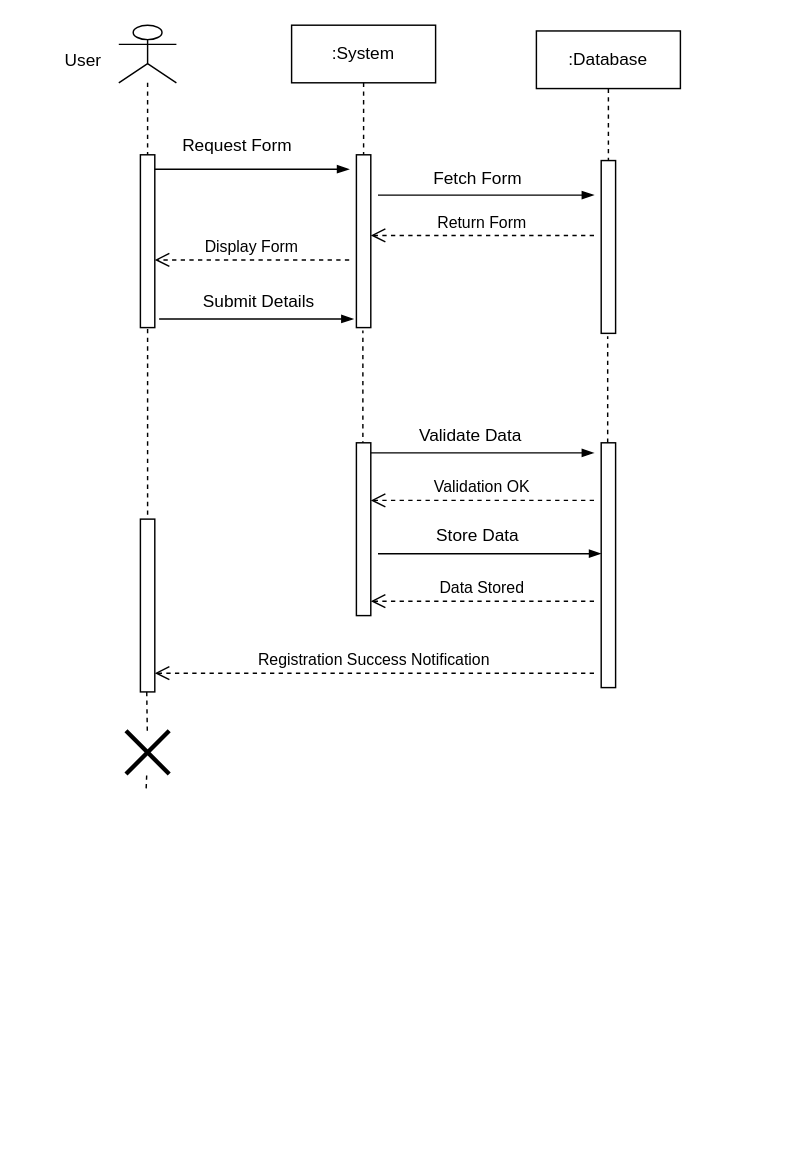
This is sequence diagram.drawio from istewakhassantewak/Java-project-OOD, a draw.io file, before an edit. Source tidied: cells renumbered, new cells numbered last; positions are measured from the earlier drawing's top-left corner, leaving out a move shared by most shapes. Both pictures are drawn from the tidied source at 144%, with x=0, y=0 at pixel (46, 24).
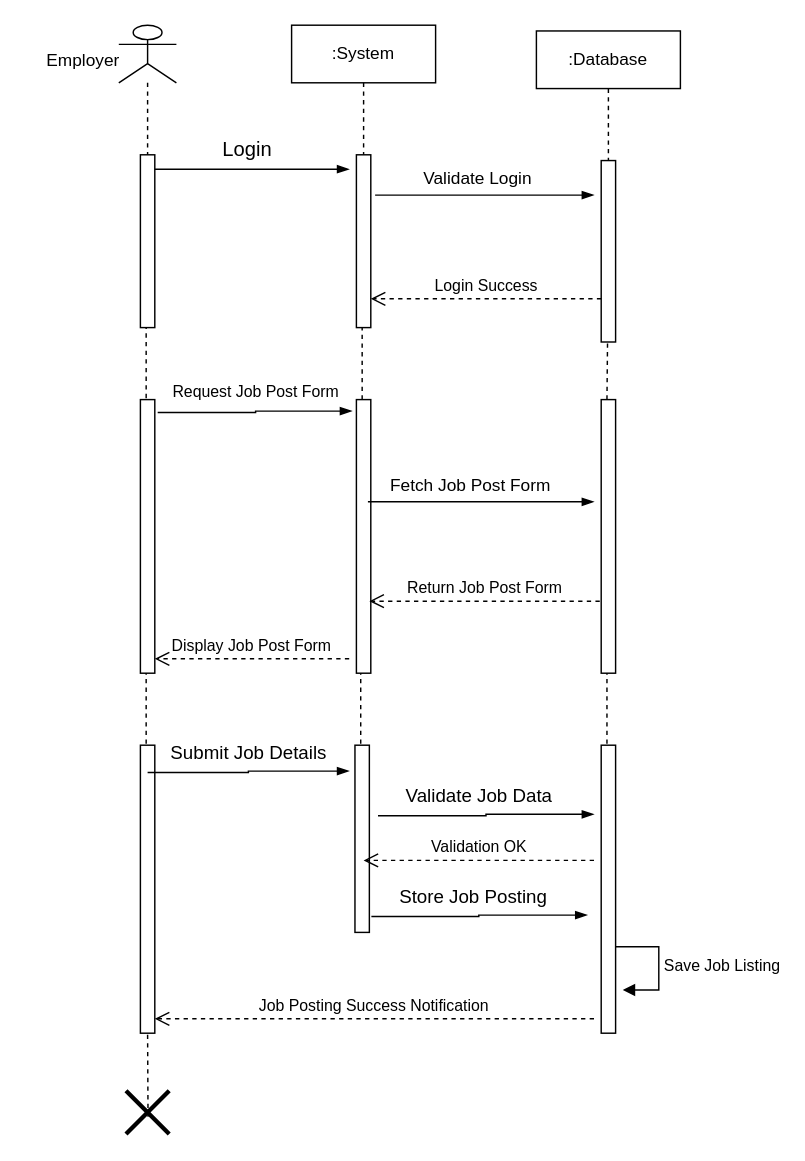
The same diagram, later.

The change refers to these unchanged cells:
```xml
<mxCell id="6" style="html=1;points=[[0,0,0,0,5],[0,1,0,0,-5],[1,0,0,0,5],[1,1,0,0,-5]];perimeter=orthogonalPerimeter;outlineConnect=0;targetShapes=umlLifeline;portConstraint=eastwest;newEdgeStyle={&quot;curved&quot;:0,&quot;rounded&quot;:0};" parent="1" vertex="1">
  <mxGeometry x="215" y="90" width="10" height="120" as="geometry" />
</mxCell>
```

Diff of the diagram source:
```diff
@@
-    <mxCell id="3" value="User" style="text;html=1;align=center;verticalAlign=middle;strokeColor=none;fillColor=none;" parent="1" vertex="1">
-      <mxGeometry y="10" width="50" height="30" as="geometry" />
+    <mxCell id="3" value="Employer" style="text;html=1;align=center;verticalAlign=middle;strokeColor=none;fillColor=none;" parent="1" vertex="1">
+      <mxGeometry x="-15" y="10" width="80" height="30" as="geometry" />
     </mxCell>
@@
-    <mxCell id="8" value="Display Form" style="html=1;verticalAlign=bottom;endArrow=open;dashed=1;endSize=8;curved=0;rounded=0;" parent="1" edge="1">
-      <mxGeometry relative="1" as="geometry">
-        <mxPoint x="210" y="163" as="sourcePoint" />
-        <mxPoint x="75" y="163" as="targetPoint" />
-      </mxGeometry>
-    </mxCell>
-    <mxCell id="9" value=" Request Form " style="text;html=1;align=center;verticalAlign=middle;strokeColor=none;fillColor=none;" parent="1" vertex="1">
-      <mxGeometry x="82" y="69" width="100" height="30" as="geometry" />
+    <mxCell id="9" value="&lt;font style=&quot;font-size: 14px;&quot;&gt; Login&lt;/font&gt;" style="text;html=1;align=center;verticalAlign=middle;strokeColor=none;fillColor=none;strokeWidth=5;" parent="1" vertex="1">
+      <mxGeometry x="109" y="71" width="60" height="30" as="geometry" />
     </mxCell>
-    <mxCell id="10" style="endArrow=none;dashed=1;html=1;rounded=0;" parent="1" edge="1">
-      <mxGeometry relative="1" as="geometry">
-        <mxPoint x="219.5" y="292" as="sourcePoint" />
-        <mxPoint x="219.5" y="212" as="targetPoint" />
-      </mxGeometry>
-    </mxCell>
@@
     <mxCell id="12" style="html=1;points=[[0,0,0,0,5],[0,1,0,0,-5],[1,0,0,0,5],[1,1,0,0,-5]];perimeter=orthogonalPerimeter;outlineConnect=0;targetShapes=umlLifeline;portConstraint=eastwest;newEdgeStyle={&quot;curved&quot;:0,&quot;rounded&quot;:0};" parent="1" vertex="1">
-      <mxGeometry x="385" y="94" width="10" height="120" as="geometry" />
+      <mxGeometry x="385" y="94" width="10" height="126" as="geometry" />
     </mxCell>
-    <mxCell id="13" style="endArrow=none;dashed=1;html=1;rounded=0;" parent="1" edge="1">
-      <mxGeometry relative="1" as="geometry">
-        <mxPoint x="389.5" y="296" as="sourcePoint" />
-        <mxPoint x="389.5" y="216" as="targetPoint" />
-      </mxGeometry>
-    </mxCell>
     <mxCell id="14" style="edgeStyle=elbowEdgeStyle;fontSize=12;html=1;endArrow=blockThin;endFill=1;rounded=0;exitX=1.5;exitY=0.333;exitDx=0;exitDy=0;exitPerimeter=0;" parent="1" edge="1">
       <mxGeometry relative="1" as="geometry">
-        <mxPoint x="230" y="118" as="sourcePoint" />
+        <mxPoint x="228" y="118" as="sourcePoint" />
         <mxPoint x="380" y="118" as="targetPoint" />
       </mxGeometry>
     </mxCell>
-    <mxCell id="15" value=" Fetch Form " style="text;html=1;align=center;verticalAlign=middle;strokeColor=none;fillColor=none;" parent="1" vertex="1">
-      <mxGeometry x="254" y="92" width="90" height="30" as="geometry" />
+    <mxCell id="15" value=" Validate Login " style="text;html=1;align=center;verticalAlign=middle;strokeColor=none;fillColor=none;" parent="1" vertex="1">
+      <mxGeometry x="249" y="92" width="100" height="30" as="geometry" />
     </mxCell>
-    <mxCell id="16" value="Return Form" style="html=1;verticalAlign=bottom;endArrow=open;dashed=1;endSize=8;curved=0;rounded=0;" parent="1" edge="1">
-      <mxGeometry relative="1" as="geometry">
-        <mxPoint x="380" y="146" as="sourcePoint" />
-        <mxPoint x="225" y="146" as="targetPoint" />
-      </mxGeometry>
-    </mxCell>
-    <mxCell id="17" style="edgeStyle=elbowEdgeStyle;fontSize=12;html=1;endArrow=blockThin;endFill=1;rounded=0;" parent="1" edge="1">
-      <mxGeometry relative="1" as="geometry">
-        <mxPoint x="78" y="204" as="sourcePoint" />
-        <mxPoint x="213" y="204" as="targetPoint" />
-      </mxGeometry>
-    </mxCell>
-    <mxCell id="18" value="  Submit Details " style="text;html=1;align=center;verticalAlign=middle;strokeColor=none;fillColor=none;" parent="1" vertex="1">
-      <mxGeometry x="97" y="177" width="100" height="30" as="geometry" />
-    </mxCell>
-    <mxCell id="19" style="html=1;perimeter=orthogonalPerimeter;targetShapes=umlLifeline;newEdgeStyle={&quot;curved&quot;:0,&quot;rounded&quot;:0};" parent="1" vertex="1">
-      <mxGeometry x="215" y="290" width="10" height="120" as="geometry" />
-    </mxCell>
-    <mxCell id="20" style="html=1;perimeter=orthogonalPerimeter;targetShapes=umlLifeline;newEdgeStyle={&quot;curved&quot;:0,&quot;rounded&quot;:0};" parent="1" vertex="1">
-      <mxGeometry x="385" y="290" width="10" height="170" as="geometry" />
-    </mxCell>
-    <mxCell id="21" style="edgeStyle=elbowEdgeStyle;fontSize=12;html=1;endArrow=blockThin;endFill=1;rounded=0;" parent="1" edge="1">
-      <mxGeometry relative="1" as="geometry">
-        <mxPoint x="225" y="297" as="sourcePoint" />
-        <mxPoint x="380" y="297" as="targetPoint" />
-      </mxGeometry>
-    </mxCell>
-    <mxCell id="22" value="  Validate Data " style="text;html=1;align=center;verticalAlign=middle;strokeColor=none;fillColor=none;" parent="1" vertex="1">
-      <mxGeometry x="244" y="270" width="100" height="30" as="geometry" />
-    </mxCell>
+    <mxCell id="33" value=" Login Success" style="html=1;verticalAlign=bottom;endArrow=open;dashed=1;endSize=8;curved=0;rounded=0;" parent="1" edge="1" source="12">
+      <mxGeometry relative="1" as="geometry">
+        <mxPoint x="225" y="190" as="targetPoint" />
+      </mxGeometry>
+    </mxCell>
+    <mxCell id="34" style="group;" parent="1" vertex="1">
+      <mxGeometry x="77" y="240" width="135" height="30" as="geometry" />
+    </mxCell>
+    <mxCell id="35" style="edgeStyle=elbowEdgeStyle;fontSize=12;html=1;endArrow=blockThin;endFill=1;rounded=0;" parent="34" edge="1">
+      <mxGeometry relative="1" as="geometry">
+        <mxPoint y="29" as="sourcePoint" />
+        <mxPoint x="135" y="28" as="targetPoint" />
+      </mxGeometry>
+    </mxCell>
+    <mxCell id="36" value="&lt;font style=&quot;font-size: 11px;&quot;&gt; Request Job Post Form&lt;/font&gt;" style="text;html=1;align=center;verticalAlign=middle;strokeColor=none;fillColor=none;strokeWidth=5;" parent="34" vertex="1">
+      <mxGeometry x="2.5" width="130" height="30" as="geometry" />
+    </mxCell>
+    <mxCell id="37" style="html=1;points=[[0,0,0,0,5],[0,1,0,0,-5],[1,0,0,0,5],[1,1,0,0,-5]];perimeter=orthogonalPerimeter;outlineConnect=0;targetShapes=umlLifeline;portConstraint=eastwest;newEdgeStyle={&quot;curved&quot;:0,&quot;rounded&quot;:0};" parent="1" vertex="1">
+      <mxGeometry x="65" y="260" width="10" height="190" as="geometry" />
+    </mxCell>
+    <mxCell id="38" style="html=1;perimeter=orthogonalPerimeter;targetShapes=umlLifeline;newEdgeStyle={&quot;curved&quot;:0,&quot;rounded&quot;:0};" parent="1" vertex="1">
+      <mxGeometry x="385" y="260" width="10" height="190" as="geometry" />
+    </mxCell>
+    <mxCell id="39" style="endArrow=none;dashed=1;html=1;rounded=0;" parent="1" edge="1">
+      <mxGeometry relative="1" as="geometry">
+        <mxPoint x="69" y="259" as="sourcePoint" />
+        <mxPoint x="69" y="210" as="targetPoint" />
+      </mxGeometry>
+    </mxCell>
+    <mxCell id="40" style="html=1;perimeter=orthogonalPerimeter;targetShapes=umlLifeline;newEdgeStyle={&quot;curved&quot;:0,&quot;rounded&quot;:0};" parent="1" vertex="1">
+      <mxGeometry x="215" y="260" width="10" height="190" as="geometry" />
+    </mxCell>
+    <mxCell id="41" style="endArrow=none;dashed=1;html=1;rounded=0;" parent="1" edge="1" target="6">
+      <mxGeometry relative="1" as="geometry">
+        <mxPoint x="219" y="260" as="sourcePoint" />
+      </mxGeometry>
+    </mxCell>
+    <mxCell id="42" style="edgeStyle=elbowEdgeStyle;fontSize=12;html=1;endArrow=blockThin;endFill=1;rounded=0;exitX=1.5;exitY=0.333;exitDx=0;exitDy=0;exitPerimeter=0;" parent="1" edge="1">
+      <mxGeometry relative="1" as="geometry">
+        <mxPoint x="223" y="331" as="sourcePoint" />
+        <mxPoint x="380" y="331" as="targetPoint" />
+      </mxGeometry>
+    </mxCell>
+    <mxCell id="43" value=" Fetch Job Post Form " style="text;html=1;align=center;verticalAlign=middle;strokeColor=none;fillColor=none;" parent="1" vertex="1">
+      <mxGeometry x="224" y="305" width="140" height="30" as="geometry" />
+    </mxCell>
+    <mxCell id="44" value=" Return Job Post Form" style="html=1;verticalAlign=bottom;endArrow=open;dashed=1;endSize=8;curved=0;rounded=0;" parent="1" edge="1">
+      <mxGeometry relative="1" as="geometry">
+        <mxPoint x="384" y="400" as="sourcePoint" />
+        <mxPoint x="224" y="400" as="targetPoint" />
+      </mxGeometry>
+    </mxCell>
+    <mxCell id="45" value=" Display Job Post Form " style="html=1;verticalAlign=bottom;endArrow=open;dashed=1;endSize=8;curved=0;rounded=0;" parent="1" edge="1">
+      <mxGeometry relative="1" as="geometry">
+        <mxPoint x="210" y="440" as="sourcePoint" />
+        <mxPoint x="75" y="440" as="targetPoint" />
+      </mxGeometry>
+    </mxCell>
+    <mxCell id="46" style="html=1;perimeter=orthogonalPerimeter;targetShapes=umlLifeline;newEdgeStyle={&quot;curved&quot;:0,&quot;rounded&quot;:0};" parent="1" vertex="1">
+      <mxGeometry x="65" y="500" width="10" height="200" as="geometry" />
+    </mxCell>
+    <mxCell id="47" style="endArrow=none;dashed=1;html=1;rounded=0;entryX=0.4;entryY=1;entryDx=0;entryDy=0;entryPerimeter=0;" parent="1" edge="1" target="37">
+      <mxGeometry relative="1" as="geometry">
+        <mxPoint x="69" y="499" as="sourcePoint" />
+      </mxGeometry>
+    </mxCell>
+    <mxCell id="48" style="html=1;perimeter=orthogonalPerimeter;targetShapes=umlLifeline;newEdgeStyle={&quot;curved&quot;:0,&quot;rounded&quot;:0};" parent="1" vertex="1">
+      <mxGeometry x="385" y="500" width="10" height="200" as="geometry" />
+    </mxCell>
+    <mxCell id="49" style="endArrow=none;dashed=1;html=1;rounded=0;entryX=0.4;entryY=1;entryDx=0;entryDy=0;entryPerimeter=0;" parent="1" edge="1">
+      <mxGeometry relative="1" as="geometry">
+        <mxPoint x="389" y="499" as="sourcePoint" />
+        <mxPoint x="389" y="450" as="targetPoint" />
+      </mxGeometry>
+    </mxCell>
+    <mxCell id="50" style="group;" parent="1" vertex="1">
+      <mxGeometry x="70" y="490" width="140" height="30" as="geometry" />
+    </mxCell>
+    <mxCell id="51" style="edgeStyle=elbowEdgeStyle;fontSize=12;html=1;endArrow=blockThin;endFill=1;rounded=0;" parent="50" edge="1">
+      <mxGeometry relative="1" as="geometry">
+        <mxPoint y="29" as="sourcePoint" />
+        <mxPoint x="140" y="28" as="targetPoint" />
+      </mxGeometry>
+    </mxCell>
+    <mxCell id="52" value="&lt;font style=&quot;font-size: 13px;&quot;&gt; Submit Job Details&lt;/font&gt;" style="text;html=1;align=center;verticalAlign=middle;strokeColor=none;fillColor=none;strokeWidth=5;" parent="50" vertex="1">
+      <mxGeometry x="5" width="130" height="30" as="geometry" />
+    </mxCell>
+    <mxCell id="53" style="html=1;perimeter=orthogonalPerimeter;targetShapes=umlLifeline;newEdgeStyle={&quot;curved&quot;:0,&quot;rounded&quot;:0};" parent="1" vertex="1">
+      <mxGeometry x="214" y="500" width="10" height="130" as="geometry" />
+    </mxCell>
+    <mxCell id="54" style="endArrow=none;dashed=1;html=1;rounded=0;entryX=0.4;entryY=1;entryDx=0;entryDy=0;entryPerimeter=0;" parent="1" edge="1">
+      <mxGeometry relative="1" as="geometry">
+        <mxPoint x="218" y="499" as="sourcePoint" />
+        <mxPoint x="218" y="450" as="targetPoint" />
+      </mxGeometry>
+    </mxCell>
+    <mxCell id="55" style="group;" parent="1" vertex="1">
+      <mxGeometry x="230" y="520" width="150" height="30" as="geometry" />
+    </mxCell>
+    <mxCell id="56" style="edgeStyle=elbowEdgeStyle;fontSize=12;html=1;endArrow=blockThin;endFill=1;rounded=0;" parent="55" edge="1">
+      <mxGeometry relative="1" as="geometry">
+        <mxPoint y="29" as="sourcePoint" />
+        <mxPoint x="150" y="28" as="targetPoint" />
+      </mxGeometry>
+    </mxCell>
+    <mxCell id="57" value="&lt;font style=&quot;font-size: 13px;&quot;&gt; Validate Job Data&lt;/font&gt;" style="text;html=1;align=center;verticalAlign=middle;strokeColor=none;fillColor=none;strokeWidth=5;" parent="55" vertex="1">
+      <mxGeometry x="10.4" width="120" height="30" as="geometry" />
+    </mxCell>
-    <mxCell id="23" value="Validation OK" style="html=1;verticalAlign=bottom;endArrow=open;dashed=1;endSize=8;curved=0;rounded=0;" parent="1" edge="1">
+    <mxCell id="23" value=" Validation OK" style="html=1;verticalAlign=bottom;endArrow=open;dashed=1;endSize=8;curved=0;rounded=0;" parent="1" edge="1">
       <mxGeometry relative="1" as="geometry">
-        <mxPoint x="380" y="330" as="sourcePoint" />
-        <mxPoint x="225" y="330" as="targetPoint" />
+        <mxPoint x="380" y="580" as="sourcePoint" />
+        <mxPoint x="220" y="580" as="targetPoint" />
       </mxGeometry>
     </mxCell>
-    <mxCell id="24" value="  Store Data " style="text;html=1;align=center;verticalAlign=middle;strokeColor=none;fillColor=none;" parent="1" vertex="1">
-      <mxGeometry x="259" y="340" width="80" height="30" as="geometry" />
-    </mxCell>
-    <mxCell id="25" style="edgeStyle=elbowEdgeStyle;fontSize=12;html=1;endArrow=blockThin;endFill=1;rounded=0;" parent="1" edge="1">
-      <mxGeometry relative="1" as="geometry">
-        <mxPoint x="230" y="367" as="sourcePoint" />
-        <mxPoint x="385" y="367" as="targetPoint" />
-      </mxGeometry>
-    </mxCell>
-    <mxCell id="26" value="Data Stored" style="html=1;verticalAlign=bottom;endArrow=open;dashed=1;endSize=8;curved=0;rounded=0;" parent="1" edge="1">
-      <mxGeometry relative="1" as="geometry">
-        <mxPoint x="380" y="400" as="sourcePoint" />
-        <mxPoint x="225" y="400" as="targetPoint" />
-      </mxGeometry>
-    </mxCell>
-    <mxCell id="27" style="html=1;points=[[0,0,0,0,5],[0,1,0,0,-5],[1,0,0,0,5],[1,1,0,0,-5]];perimeter=orthogonalPerimeter;outlineConnect=0;targetShapes=umlLifeline;portConstraint=eastwest;newEdgeStyle={&quot;curved&quot;:0,&quot;rounded&quot;:0};" parent="1" vertex="1">
-      <mxGeometry x="65" y="343" width="10" height="120" as="geometry" />
-    </mxCell>
-    <mxCell id="28" style="endArrow=none;dashed=1;html=1;rounded=0;" parent="1" edge="1">
-      <mxGeometry relative="1" as="geometry">
-        <mxPoint x="70" y="340" as="sourcePoint" />
-        <mxPoint x="70" y="211" as="targetPoint" />
-      </mxGeometry>
-    </mxCell>
-    <mxCell id="29" value="Registration Success Notification" style="html=1;verticalAlign=bottom;endArrow=open;dashed=1;endSize=8;curved=0;rounded=0;" parent="1" edge="1" target="27">
-      <mxGeometry relative="1" as="geometry">
-        <mxPoint x="380" y="450" as="sourcePoint" />
-      </mxGeometry>
-    </mxCell>
-    <mxCell id="30" style="endArrow=none;dashed=1;html=1;rounded=0;" parent="1" edge="1" source="32">
-      <mxGeometry relative="1" as="geometry">
-        <mxPoint x="69.4" y="463" as="targetPoint" />
-      </mxGeometry>
-    </mxCell>
-    <mxCell id="31" style="endArrow=none;dashed=1;html=1;rounded=0;" parent="1" edge="1" target="32">
-      <mxGeometry relative="1" as="geometry">
-        <mxPoint x="69" y="530" as="sourcePoint" />
-      </mxGeometry>
-    </mxCell>
-    <mxCell id="32" style="shape=umlDestroy;whiteSpace=wrap;html=1;strokeWidth=3;targetShapes=umlLifeline;" parent="1" vertex="1">
-      <mxGeometry x="55" y="490" width="30" height="30" as="geometry" />
-    </mxCell>
+    <mxCell id="58" style="group;" parent="1" vertex="1">
+      <mxGeometry x="225.4" y="590" width="150" height="30" as="geometry" />
+    </mxCell>
+    <mxCell id="59" style="edgeStyle=elbowEdgeStyle;fontSize=12;html=1;endArrow=blockThin;endFill=1;rounded=0;" parent="58" edge="1">
+      <mxGeometry relative="1" as="geometry">
+        <mxPoint y="29" as="sourcePoint" />
+        <mxPoint x="150" y="28" as="targetPoint" />
+      </mxGeometry>
+    </mxCell>
+    <mxCell id="60" value="&lt;font style=&quot;font-size: 13px;&quot;&gt; Store Job Posting&lt;/font&gt;" style="text;html=1;align=center;verticalAlign=middle;strokeColor=none;fillColor=none;strokeWidth=5;" parent="58" vertex="1">
+      <mxGeometry x="5.4" width="130" height="30" as="geometry" />
+    </mxCell>
+    <mxCell id="61" value="Save Job Listing" style="html=1;align=left;spacingLeft=2;endArrow=block;rounded=0;edgeStyle=orthogonalEdgeStyle;curved=0;rounded=0;" parent="1" edge="1">
+      <mxGeometry relative="1" as="geometry">
+        <mxPoint x="395" y="640" as="sourcePoint" />
+        <mxPoint x="400" y="670" as="targetPoint" />
+        <Array as="points">
+          <mxPoint x="425" y="670" />
+        </Array>
+      </mxGeometry>
+    </mxCell>
+    <mxCell id="62" value=" Job Posting Success Notification" style="html=1;verticalAlign=bottom;endArrow=open;dashed=1;endSize=8;curved=0;rounded=0;" parent="1" edge="1">
+      <mxGeometry relative="1" as="geometry">
+        <mxPoint x="380" y="690" as="sourcePoint" />
+        <mxPoint x="75" y="690" as="targetPoint" />
+      </mxGeometry>
+    </mxCell>
+    <mxCell id="63" style="shape=umlDestroy;whiteSpace=wrap;html=1;strokeWidth=3;targetShapes=umlLifeline;" parent="1" vertex="1">
+      <mxGeometry x="55" y="740" width="30" height="30" as="geometry" />
+    </mxCell>
+    <mxCell id="64" style="endArrow=none;dashed=1;html=1;rounded=0;exitX=0.51;exitY=0.6;exitDx=0;exitDy=0;exitPerimeter=0;" parent="1" edge="1" source="63">
+      <mxGeometry relative="1" as="geometry">
+        <mxPoint x="70" y="700" as="targetPoint" />
+      </mxGeometry>
+    </mxCell>
+    <mxCell id="65" style="endArrow=none;dashed=1;html=1;rounded=0;" parent="1" edge="1">
+      <mxGeometry relative="1" as="geometry">
+        <mxPoint x="389" y="260" as="sourcePoint" />
+        <mxPoint x="389.4" y="220" as="targetPoint" />
+      </mxGeometry>
+    </mxCell>
```
